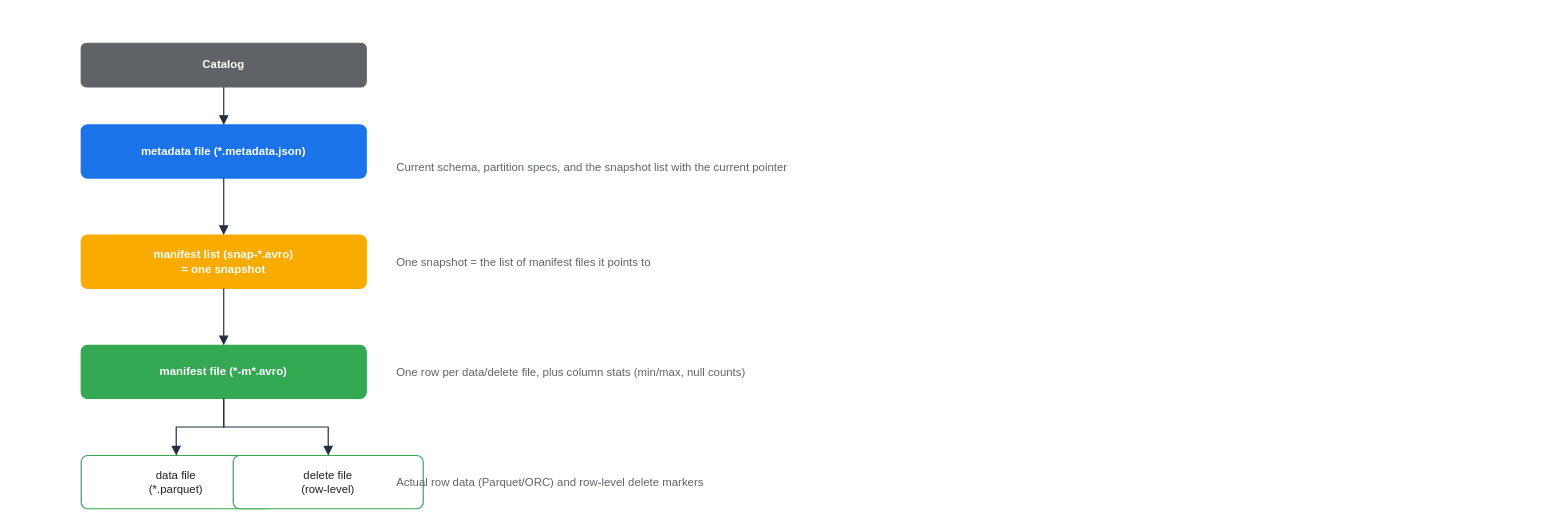
The draw.io diagram assets/img/aws/analytics-stack-10-iceberg-metadata-layers.drawio in KKamJi98/kkamji98.github.io, before the edit. Source tidied: cells renumbered, new cells numbered last; positions are measured from the earlier drawing's top-left corner, leaving out a move shared by most shapes. Both pictures are drawn from the tidied source at 95%, with x=0, y=0 at pixel (81, 43).
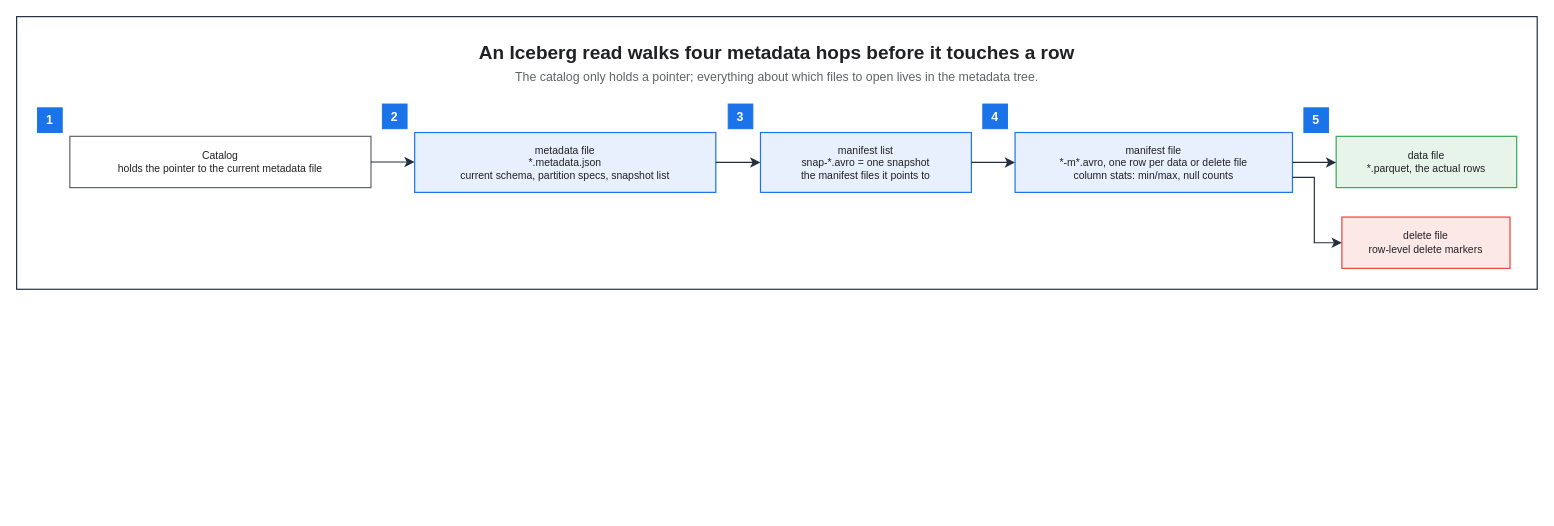
Above is the later version.

Change to the diagram source:
```diff
@@
+    <mxCell id="17" style="rounded=0;html=0;fillColor=none;strokeColor=#232F3E;fontColor=#202124;strokeWidth=1.25;" parent="1" vertex="1">
+      <mxGeometry x="-68" y="-28" width="1600.6" height="287" as="geometry" />
+    </mxCell>
+    <mxCell id="18" value="An Iceberg read walks four metadata hops before it touches a row" style="text;html=0;whiteSpace=wrap;fillColor=none;strokeColor=none;fontColor=#202124;fontSize=20;fontStyle=1;align=center;verticalAlign=middle;" parent="1" vertex="1">
+      <mxGeometry x="-46" y="-6" width="1556.6" height="30" as="geometry" />
+    </mxCell>
+    <mxCell id="19" value="The catalog only holds a pointer; everything about which files to open lives in the metadata tree." style="text;html=0;whiteSpace=wrap;fillColor=none;strokeColor=none;fontColor=#5F6368;fontSize=13;fontStyle=0;align=center;verticalAlign=middle;" parent="1" vertex="1">
+      <mxGeometry x="-46" y="24" width="1556.6" height="22" as="geometry" />
+    </mxCell>
-    <mxCell id="2" value="Catalog" style="rounded=1;whiteSpace=wrap;html=0;arcSize=12;shadow=0;fillColor=#5F6368;strokeColor=#5F6368;fontColor=#FFFFFF;fontStyle=1;strokeWidth=1.25;" parent="1" vertex="1">
-      <mxGeometry width="300" height="46" as="geometry" />
+    <mxCell id="2" value="Catalog&#10;holds the pointer to the current metadata file" style="rounded=0;whiteSpace=wrap;html=0;fillColor=#FFFFFF;strokeColor=#5F6368;fontColor=#202124;fontSize=11;fontStyle=0;align=center;verticalAlign=middle;spacingLeft=6;spacingRight=6;strokeWidth=1.25;" parent="1" vertex="1">
+      <mxGeometry x="-12" y="98" width="317" height="54" as="geometry" />
     </mxCell>
-    <mxCell id="3" value="metadata file (*.metadata.json)" style="rounded=1;whiteSpace=wrap;html=0;arcSize=12;shadow=0;fillColor=#1A73E8;strokeColor=#1A73E8;fontColor=#FFFFFF;fontStyle=1;strokeWidth=1.25;" parent="1" vertex="1">
-      <mxGeometry y="86" width="300" height="56" as="geometry" />
+    <mxCell id="3" value="metadata file&#10;*.metadata.json&#10;current schema, partition specs, snapshot list" style="rounded=0;whiteSpace=wrap;html=0;fillColor=#E8F0FE;strokeColor=#1A73E8;fontColor=#202124;fontSize=11;fontStyle=0;align=center;verticalAlign=middle;spacingLeft=6;spacingRight=6;strokeWidth=1.25;" parent="1" vertex="1">
+      <mxGeometry x="351" y="94" width="317" height="63" as="geometry" />
     </mxCell>
-    <mxCell id="4" value="manifest list (snap-*.avro)&#10;= one snapshot" style="rounded=1;whiteSpace=wrap;html=0;arcSize=12;shadow=0;fillColor=#F9AB00;strokeColor=#F9AB00;fontColor=#FFFFFF;fontStyle=1;strokeWidth=1.25;" parent="1" vertex="1">
-      <mxGeometry y="202" width="300" height="56" as="geometry" />
+    <mxCell id="4" value="manifest list&#10;snap-*.avro = one snapshot&#10;the manifest files it points to" style="rounded=0;whiteSpace=wrap;html=0;fillColor=#E8F0FE;strokeColor=#1A73E8;fontColor=#202124;fontSize=11;fontStyle=0;align=center;verticalAlign=middle;spacingLeft=6;spacingRight=6;strokeWidth=1.25;" parent="1" vertex="1">
+      <mxGeometry x="715" y="94" width="222" height="63" as="geometry" />
     </mxCell>
-    <mxCell id="5" value="manifest file (*-m*.avro)" style="rounded=1;whiteSpace=wrap;html=0;arcSize=12;shadow=0;fillColor=#34A853;strokeColor=#34A853;fontColor=#FFFFFF;fontStyle=1;strokeWidth=1.25;" parent="1" vertex="1">
-      <mxGeometry y="318" width="300" height="56" as="geometry" />
+    <mxCell id="5" value="manifest file&#10;*-m*.avro, one row per data or delete file&#10;column stats: min/max, null counts" style="rounded=0;whiteSpace=wrap;html=0;fillColor=#E8F0FE;strokeColor=#1A73E8;fontColor=#202124;fontSize=11;fontStyle=0;align=center;verticalAlign=middle;spacingLeft=6;spacingRight=6;strokeWidth=1.25;" parent="1" vertex="1">
+      <mxGeometry x="983" y="94" width="292" height="63" as="geometry" />
     </mxCell>
-    <mxCell id="6" value="data file&#10;(*.parquet)" style="rounded=1;whiteSpace=wrap;html=0;arcSize=12;shadow=0;fillColor=#FFFFFF;strokeColor=#34A853;fontColor=#202124;strokeWidth=1.25;" parent="1" vertex="1">
-      <mxGeometry y="434" width="200" height="56" as="geometry" />
+    <mxCell id="6" value="data file&#10;*.parquet, the actual rows" style="rounded=0;whiteSpace=wrap;html=0;fillColor=#E6F4EA;strokeColor=#34A853;fontColor=#202124;fontSize=11;fontStyle=0;align=center;verticalAlign=middle;spacingLeft=6;spacingRight=6;strokeWidth=1.25;" parent="1" vertex="1">
+      <mxGeometry x="1321" y="98" width="190" height="54" as="geometry" />
     </mxCell>
-    <mxCell id="7" value="delete file&#10;(row-level)" style="rounded=1;whiteSpace=wrap;html=0;arcSize=12;shadow=0;fillColor=#FFFFFF;strokeColor=#34A853;fontColor=#202124;strokeWidth=1.25;" parent="1" vertex="1">
-      <mxGeometry x="160" y="434" width="200" height="56" as="geometry" />
+    <mxCell id="7" value="delete file&#10;row-level delete markers" style="rounded=0;whiteSpace=wrap;html=0;fillColor=#FCE8E6;strokeColor=#EA4335;fontColor=#202124;fontSize=11;fontStyle=0;align=center;verticalAlign=middle;spacingLeft=6;spacingRight=6;strokeWidth=1.25;" parent="1" vertex="1">
+      <mxGeometry x="1327" y="183" width="177" height="54" as="geometry" />
     </mxCell>
-    <mxCell id="8" value="Current schema, partition specs, and the snapshot list with the current pointer" style="text;html=0;align=left;verticalAlign=middle;fontColor=#5F6368;" parent="1" vertex="1">
-      <mxGeometry x="330" y="90" width="280" height="80" as="geometry" />
-    </mxCell>
-    <mxCell id="9" value="One snapshot = the list of manifest files it points to" style="text;html=0;align=left;verticalAlign=middle;fontColor=#5F6368;" parent="1" vertex="1">
-      <mxGeometry x="330" y="206" width="280" height="48" as="geometry" />
-    </mxCell>
-    <mxCell id="10" value="One row per data/delete file, plus column stats (min/max, null counts)" style="text;html=0;align=left;verticalAlign=middle;fontColor=#5F6368;" parent="1" vertex="1">
-      <mxGeometry x="330" y="322" width="280" height="48" as="geometry" />
-    </mxCell>
-    <mxCell id="11" value="Actual row data (Parquet/ORC) and row-level delete markers" style="text;html=0;align=left;verticalAlign=middle;fontColor=#5F6368;" parent="1" vertex="1">
-      <mxGeometry x="330" y="438" width="280" height="48" as="geometry" />
-    </mxCell>
+    <mxCell id="20" value="1" style="rounded=0;whiteSpace=wrap;html=0;fillColor=#1A73E8;strokeColor=#1A73E8;fontColor=#FFFFFF;fontSize=13;fontStyle=1;align=center;verticalAlign=middle;" parent="1" vertex="1">
+      <mxGeometry x="-46" y="68" width="26" height="26" as="geometry" />
+    </mxCell>
+    <mxCell id="21" value="2" style="rounded=0;whiteSpace=wrap;html=0;fillColor=#1A73E8;strokeColor=#1A73E8;fontColor=#FFFFFF;fontSize=13;fontStyle=1;align=center;verticalAlign=middle;" parent="1" vertex="1">
+      <mxGeometry x="317" y="64" width="26" height="26" as="geometry" />
+    </mxCell>
+    <mxCell id="22" value="3" style="rounded=0;whiteSpace=wrap;html=0;fillColor=#1A73E8;strokeColor=#1A73E8;fontColor=#FFFFFF;fontSize=13;fontStyle=1;align=center;verticalAlign=middle;" parent="1" vertex="1">
+      <mxGeometry x="681" y="64" width="26" height="26" as="geometry" />
+    </mxCell>
+    <mxCell id="23" value="4" style="rounded=0;whiteSpace=wrap;html=0;fillColor=#1A73E8;strokeColor=#1A73E8;fontColor=#FFFFFF;fontSize=13;fontStyle=1;align=center;verticalAlign=middle;" parent="1" vertex="1">
+      <mxGeometry x="949" y="64" width="26" height="26" as="geometry" />
+    </mxCell>
+    <mxCell id="24" value="5" style="rounded=0;whiteSpace=wrap;html=0;fillColor=#1A73E8;strokeColor=#1A73E8;fontColor=#FFFFFF;fontSize=13;fontStyle=1;align=center;verticalAlign=middle;" parent="1" vertex="1">
+      <mxGeometry x="1287" y="68" width="26" height="26" as="geometry" />
+    </mxCell>
-    <mxCell id="12" style="edgeStyle=orthogonalEdgeStyle;rounded=0;html=0;endArrow=block;strokeColor=#232F3E;fontColor=#202124;strokeWidth=1.25;endSize=7;" parent="1" edge="1" source="2" target="3">
+    <mxCell id="12" style="edgeStyle=orthogonalEdgeStyle;rounded=0;html=0;strokeColor=#232F3E;strokeWidth=1.25;endArrow=classic;endFill=1;endSize=7;fontSize=11;fontColor=#202124;labelBackgroundColor=none;jettySize=14;exitX=1;exitY=0.5;entryX=0;entryY=0.4921;exitDx=0;exitDy=0;entryDx=0;entryDy=0;" parent="1" edge="1" source="2" target="3">
       <mxGeometry relative="1" as="geometry" />
     </mxCell>
-    <mxCell id="13" style="edgeStyle=orthogonalEdgeStyle;rounded=0;html=0;endArrow=block;strokeColor=#232F3E;fontColor=#202124;strokeWidth=1.25;endSize=7;" parent="1" edge="1" source="3" target="4">
+    <mxCell id="13" style="edgeStyle=orthogonalEdgeStyle;rounded=0;html=0;strokeColor=#232F3E;strokeWidth=1.25;endArrow=classic;endFill=1;endSize=7;fontSize=11;fontColor=#202124;labelBackgroundColor=none;jettySize=14;exitX=1;exitY=0.5;entryX=0;entryY=0.5;exitDx=0;exitDy=0;entryDx=0;entryDy=0;" parent="1" edge="1" source="3" target="4">
       <mxGeometry relative="1" as="geometry" />
     </mxCell>
-    <mxCell id="14" style="edgeStyle=orthogonalEdgeStyle;rounded=0;html=0;endArrow=block;strokeColor=#232F3E;fontColor=#202124;strokeWidth=1.25;endSize=7;" parent="1" edge="1" source="4" target="5">
+    <mxCell id="14" style="edgeStyle=orthogonalEdgeStyle;rounded=0;html=0;strokeColor=#232F3E;strokeWidth=1.25;endArrow=classic;endFill=1;endSize=7;fontSize=11;fontColor=#202124;labelBackgroundColor=none;jettySize=14;exitX=1;exitY=0.5;entryX=0;entryY=0.5;exitDx=0;exitDy=0;entryDx=0;entryDy=0;" parent="1" edge="1" source="4" target="5">
       <mxGeometry relative="1" as="geometry" />
     </mxCell>
-    <mxCell id="15" style="edgeStyle=orthogonalEdgeStyle;rounded=0;html=0;endArrow=block;strokeColor=#232F3E;fontColor=#202124;strokeWidth=1.25;endSize=7;" parent="1" edge="1" source="5" target="6">
+    <mxCell id="15" style="edgeStyle=orthogonalEdgeStyle;rounded=0;html=0;strokeColor=#232F3E;strokeWidth=1.25;endArrow=classic;endFill=1;endSize=7;fontSize=11;fontColor=#202124;labelBackgroundColor=none;jettySize=14;exitX=1;exitY=0.5;entryX=0;entryY=0.5093;exitDx=0;exitDy=0;entryDx=0;entryDy=0;" parent="1" edge="1" source="5" target="6">
       <mxGeometry relative="1" as="geometry" />
     </mxCell>
-    <mxCell id="16" style="edgeStyle=orthogonalEdgeStyle;rounded=0;html=0;endArrow=block;strokeColor=#232F3E;fontColor=#202124;strokeWidth=1.25;endSize=7;" parent="1" edge="1" source="5" target="7">
-      <mxGeometry relative="1" as="geometry" />
+    <mxCell id="16" style="edgeStyle=orthogonalEdgeStyle;rounded=0;html=0;strokeColor=#232F3E;strokeWidth=1.25;endArrow=classic;endFill=1;endSize=7;fontSize=11;fontColor=#202124;labelBackgroundColor=none;jettySize=14;exitX=1;exitY=0.75;entryX=0;entryY=0.5;exitDx=0;exitDy=0;entryDx=0;entryDy=0;" parent="1" edge="1" source="5" target="7">
+      <mxGeometry relative="1" as="geometry">
+        <Array as="points">
+          <mxPoint x="1298" y="141.2" />
+          <mxPoint x="1298" y="210" />
+        </Array>
+      </mxGeometry>
     </mxCell>
```
